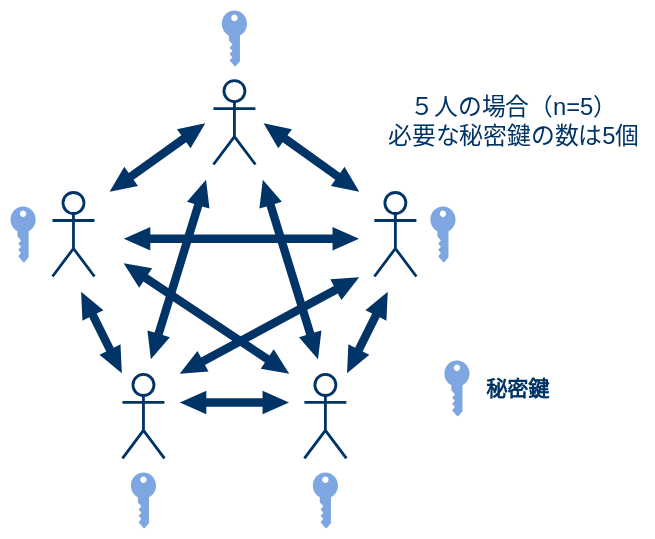
Earlier version of the draw.io export img/6-share-pubkey.svg (akakou-doc/pubkey-crypto). Source tidied: cells renumbered, new cells last; positions are measured from the earlier drawing's top-left corner, leaving out a move shared by most shapes.
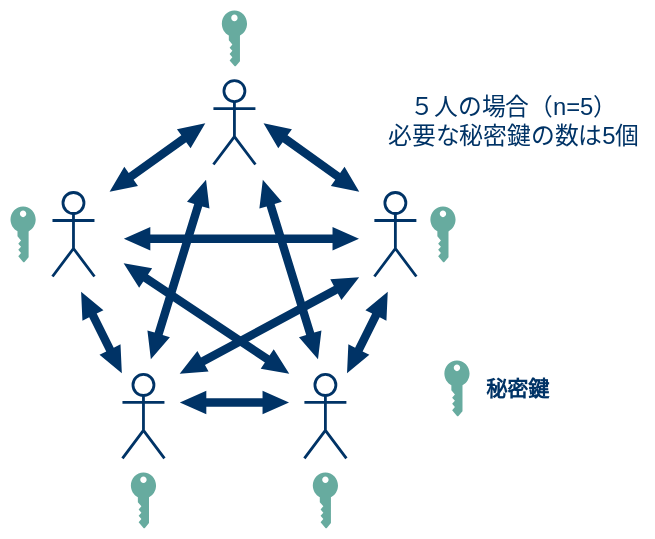
After the change.

The edit, as a diff of the source:
```diff
@@ -79,22 +79,22 @@
     <mxCell id="17" value="&lt;font color=&quot;#003366&quot;&gt;&lt;span style=&quot;font-size: 17px&quot;&gt;５人の場合（n=5）&lt;br&gt;必要な秘密鍵の数は5個&lt;br&gt;&lt;/span&gt;&lt;/font&gt;" style="text;html=1;strokeColor=none;fillColor=none;align=center;verticalAlign=middle;whiteSpace=wrap;rounded=0;dashed=1;" parent="1" vertex="1">
       <mxGeometry x="260" y="63" width="200" height="34" as="geometry" />
     </mxCell>
-    <mxCell id="18" style="verticalLabelPosition=bottom;html=1;verticalAlign=top;align=center;shape=mxgraph.cisco19.key;fillColor=#7EA6E0;strokeColor=#FFFFFF;direction=south;strokeWidth=15;" parent="1" vertex="1">
+    <mxCell id="18" style="verticalLabelPosition=bottom;html=1;verticalAlign=top;align=center;shape=mxgraph.cisco19.key;fillColor=#67AB9F;strokeColor=#FFFFFF;direction=south;strokeWidth=15;" parent="1" vertex="1">
       <mxGeometry x="151" width="18" height="40" as="geometry" />
     </mxCell>
-    <mxCell id="19" style="verticalLabelPosition=bottom;html=1;verticalAlign=top;align=center;shape=mxgraph.cisco19.key;fillColor=#7EA6E0;strokeColor=#FFFFFF;direction=south;strokeWidth=15;" parent="1" vertex="1">
+    <mxCell id="19" style="verticalLabelPosition=bottom;html=1;verticalAlign=top;align=center;shape=mxgraph.cisco19.key;fillColor=#67AB9F;strokeColor=#FFFFFF;direction=south;strokeWidth=15;" parent="1" vertex="1">
       <mxGeometry y="140" width="18" height="40" as="geometry" />
     </mxCell>
-    <mxCell id="20" style="verticalLabelPosition=bottom;html=1;verticalAlign=top;align=center;shape=mxgraph.cisco19.key;fillColor=#7EA6E0;strokeColor=#FFFFFF;direction=south;strokeWidth=15;" parent="1" vertex="1">
+    <mxCell id="20" style="verticalLabelPosition=bottom;html=1;verticalAlign=top;align=center;shape=mxgraph.cisco19.key;fillColor=#67AB9F;strokeColor=#FFFFFF;direction=south;strokeWidth=15;" parent="1" vertex="1">
       <mxGeometry x="86" y="330" width="18" height="40" as="geometry" />
     </mxCell>
-    <mxCell id="21" style="verticalLabelPosition=bottom;html=1;verticalAlign=top;align=center;shape=mxgraph.cisco19.key;fillColor=#7EA6E0;strokeColor=#FFFFFF;direction=south;strokeWidth=15;" parent="1" vertex="1">
+    <mxCell id="21" style="verticalLabelPosition=bottom;html=1;verticalAlign=top;align=center;shape=mxgraph.cisco19.key;fillColor=#67AB9F;strokeColor=#FFFFFF;direction=south;strokeWidth=15;" parent="1" vertex="1">
       <mxGeometry x="216" y="330" width="18" height="40" as="geometry" />
     </mxCell>
-    <mxCell id="22" style="verticalLabelPosition=bottom;html=1;verticalAlign=top;align=center;shape=mxgraph.cisco19.key;fillColor=#7EA6E0;strokeColor=#FFFFFF;direction=south;strokeWidth=15;" parent="1" vertex="1">
+    <mxCell id="22" style="verticalLabelPosition=bottom;html=1;verticalAlign=top;align=center;shape=mxgraph.cisco19.key;fillColor=#67AB9F;strokeColor=#FFFFFF;direction=south;strokeWidth=15;" parent="1" vertex="1">
       <mxGeometry x="300" y="140" width="18" height="40" as="geometry" />
     </mxCell>
-    <mxCell id="23" style="verticalLabelPosition=bottom;html=1;verticalAlign=top;align=center;shape=mxgraph.cisco19.key;fillColor=#7EA6E0;strokeColor=#FFFFFF;direction=south;strokeWidth=15;" parent="1" vertex="1">
+    <mxCell id="23" style="verticalLabelPosition=bottom;html=1;verticalAlign=top;align=center;shape=mxgraph.cisco19.key;fillColor=#67AB9F;strokeColor=#FFFFFF;direction=south;strokeWidth=15;" parent="1" vertex="1">
       <mxGeometry x="310" y="250" width="18" height="40" as="geometry" />
     </mxCell>
     <mxCell id="24" value="&lt;font color=&quot;#003366&quot; size=&quot;1&quot;&gt;&lt;b style=&quot;font-size: 15px&quot;&gt;秘密鍵&lt;/b&gt;&lt;/font&gt;" style="text;html=1;strokeColor=none;fillColor=none;align=center;verticalAlign=middle;whiteSpace=wrap;rounded=0;dashed=1;" parent="1" vertex="1">
```
